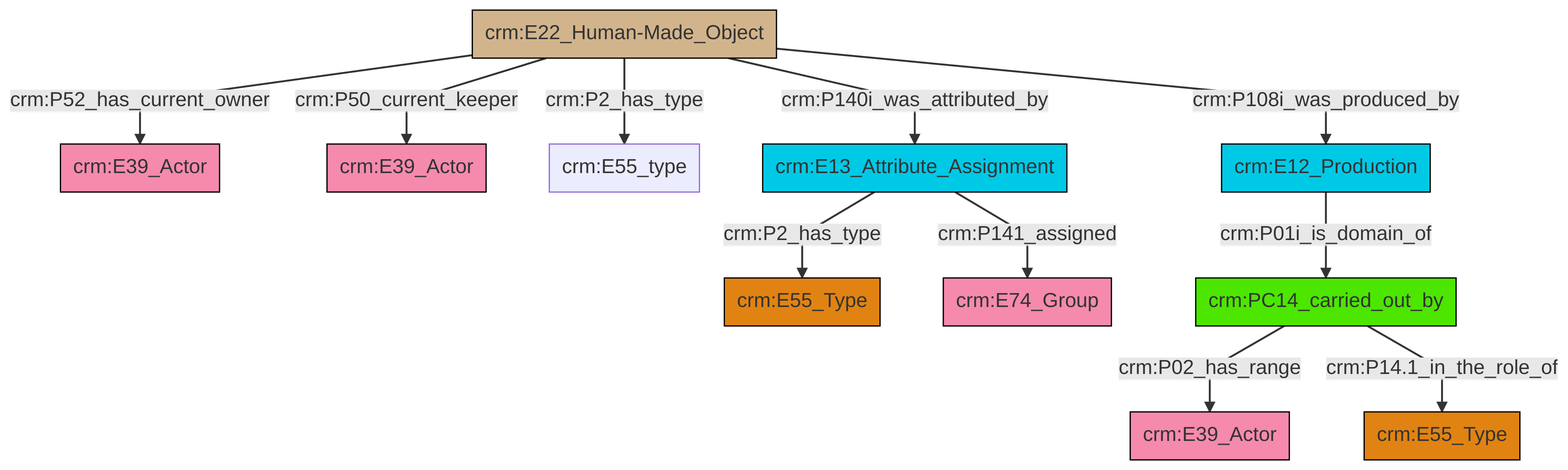
The Mermaid diagram et/artworkCSV/ttl/mmd/png/Artwork_Actor_Relations.png in swiss-art-research-net/reference-data-models, before a commit. Its source is kept beside it as et/artworkCSV/ttl/mmd/Artwork_Actor_Relations.ttl.mmd. Source of this version:
```mermaid
graph TD
classDef Literal fill:#f2f2f2,stroke:#000000;
classDef CRM_Entity fill:#FFFFFF,stroke:#000000;
classDef Temporal_Entity fill:#00C9E6, stroke:#000000;
classDef Type fill:#E18312, stroke:#000000;
classDef Time-Span fill:#2C9C91, stroke:#000000;
classDef Appellation fill:#FFEB7F, stroke:#000000;
classDef Place fill:#008836, stroke:#000000;
classDef Persistent_Item fill:#B266B2, stroke:#000000;
classDef Conceptual_Object fill:#FFD700, stroke:#000000;
classDef Physical_Thing fill:#D2B48C, stroke:#000000;
classDef Actor fill:#f58aad, stroke:#000000;
classDef PC_Classes fill:#4ce600, stroke:#000000;
classDef Multi fill:#cccccc,stroke:#000000;

14["crm:PC14_carried_out_by"]:::PC_Classes -->|crm:P02_has_range| 15["crm:E39_Actor"]:::Actor
17["crm:E12_Production"]:::Temporal_Entity -->|crm:P01i_is_domain_of| 14["crm:PC14_carried_out_by"]:::PC_Classes
6["crm:E22_Human-Made_Object"]:::Physical_Thing -->|crm:P140i_was_attributed_by| 19["crm:E13_Attribute_Assignment"]:::Temporal_Entity
14["crm:PC14_carried_out_by"]:::PC_Classes -->|crm:P14.1_in_the_role_of| 12["crm:E55_Type"]:::Type
6["crm:E22_Human-Made_Object"]:::Physical_Thing -->|crm:P2_has_type| 10["crm:E55_type"]:::Default
19["crm:E13_Attribute_Assignment"]:::Temporal_Entity -->|crm:P141_assigned| 8["crm:E74_Group"]:::Actor
19["crm:E13_Attribute_Assignment"]:::Temporal_Entity -->|crm:P2_has_type| 0["crm:E55_Type"]:::Type
6["crm:E22_Human-Made_Object"]:::Physical_Thing -->|crm:P108i_was_produced_by| 17["crm:E12_Production"]:::Temporal_Entity
6["crm:E22_Human-Made_Object"]:::Physical_Thing -->|crm:P50_current_keeper| 4["crm:E39_Actor"]:::Actor
6["crm:E22_Human-Made_Object"]:::Physical_Thing -->|crm:P52_has_current_owner| 2["crm:E39_Actor"]:::Actor
```
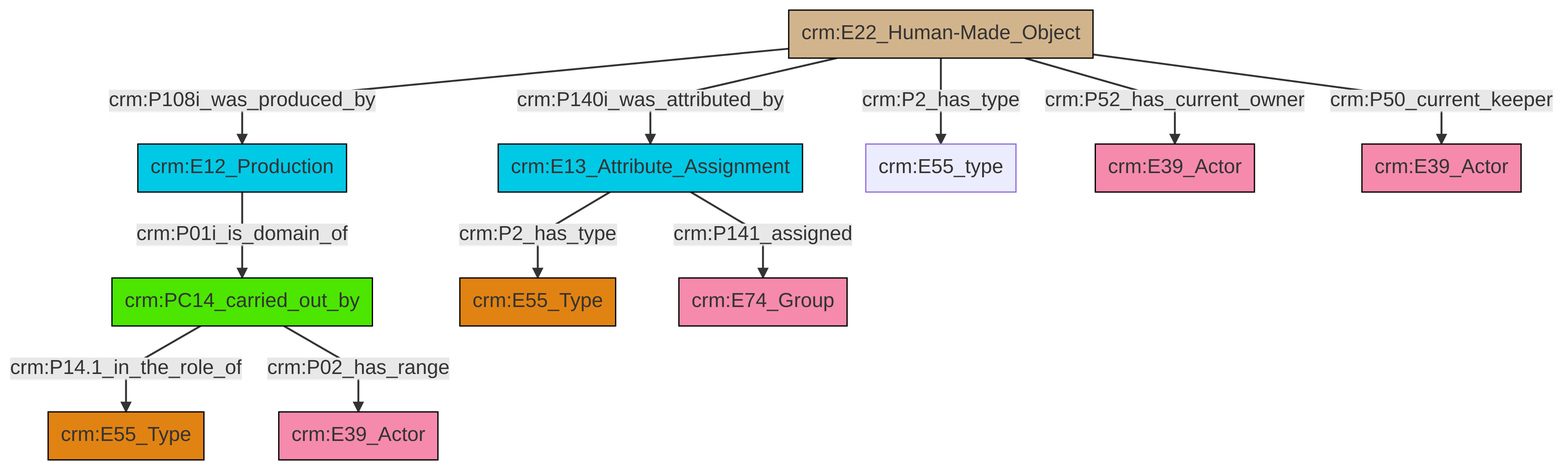
The same diagram one commit later.

Change to the diagram source:
```diff
@@ -13,13 +13,13 @@
 classDef PC_Classes fill:#4ce600, stroke:#000000;
 classDef Multi fill:#cccccc,stroke:#000000;
 
-14["crm:PC14_carried_out_by"]:::PC_Classes -->|crm:P02_has_range| 15["crm:E39_Actor"]:::Actor
-17["crm:E12_Production"]:::Temporal_Entity -->|crm:P01i_is_domain_of| 14["crm:PC14_carried_out_by"]:::PC_Classes
-6["crm:E22_Human-Made_Object"]:::Physical_Thing -->|crm:P140i_was_attributed_by| 19["crm:E13_Attribute_Assignment"]:::Temporal_Entity
-14["crm:PC14_carried_out_by"]:::PC_Classes -->|crm:P14.1_in_the_role_of| 12["crm:E55_Type"]:::Type
-6["crm:E22_Human-Made_Object"]:::Physical_Thing -->|crm:P2_has_type| 10["crm:E55_type"]:::Default
-19["crm:E13_Attribute_Assignment"]:::Temporal_Entity -->|crm:P141_assigned| 8["crm:E74_Group"]:::Actor
-19["crm:E13_Attribute_Assignment"]:::Temporal_Entity -->|crm:P2_has_type| 0["crm:E55_Type"]:::Type
-6["crm:E22_Human-Made_Object"]:::Physical_Thing -->|crm:P108i_was_produced_by| 17["crm:E12_Production"]:::Temporal_Entity
-6["crm:E22_Human-Made_Object"]:::Physical_Thing -->|crm:P50_current_keeper| 4["crm:E39_Actor"]:::Actor
-6["crm:E22_Human-Made_Object"]:::Physical_Thing -->|crm:P52_has_current_owner| 2["crm:E39_Actor"]:::Actor
+4["crm:E12_Production"]:::Temporal_Entity -->|crm:P01i_is_domain_of| 0["crm:PC14_carried_out_by"]:::PC_Classes
+2["crm:E13_Attribute_Assignment"]:::Temporal_Entity -->|crm:P2_has_type| 5["crm:E55_Type"]:::Type
+8["crm:E22_Human-Made_Object"]:::Physical_Thing -->|crm:P2_has_type| 9["crm:E55_type"]:::Default
+8["crm:E22_Human-Made_Object"]:::Physical_Thing -->|crm:P108i_was_produced_by| 4["crm:E12_Production"]:::Temporal_Entity
+2["crm:E13_Attribute_Assignment"]:::Temporal_Entity -->|crm:P141_assigned| 11["crm:E74_Group"]:::Actor
+0["crm:PC14_carried_out_by"]:::PC_Classes -->|crm:P14.1_in_the_role_of| 6["crm:E55_Type"]:::Type
+8["crm:E22_Human-Made_Object"]:::Physical_Thing -->|crm:P52_has_current_owner| 13["crm:E39_Actor"]:::Actor
+0["crm:PC14_carried_out_by"]:::PC_Classes -->|crm:P02_has_range| 15["crm:E39_Actor"]:::Actor
+8["crm:E22_Human-Made_Object"]:::Physical_Thing -->|crm:P50_current_keeper| 17["crm:E39_Actor"]:::Actor
+8["crm:E22_Human-Made_Object"]:::Physical_Thing -->|crm:P140i_was_attributed_by| 2["crm:E13_Attribute_Assignment"]:::Temporal_Entity
```
